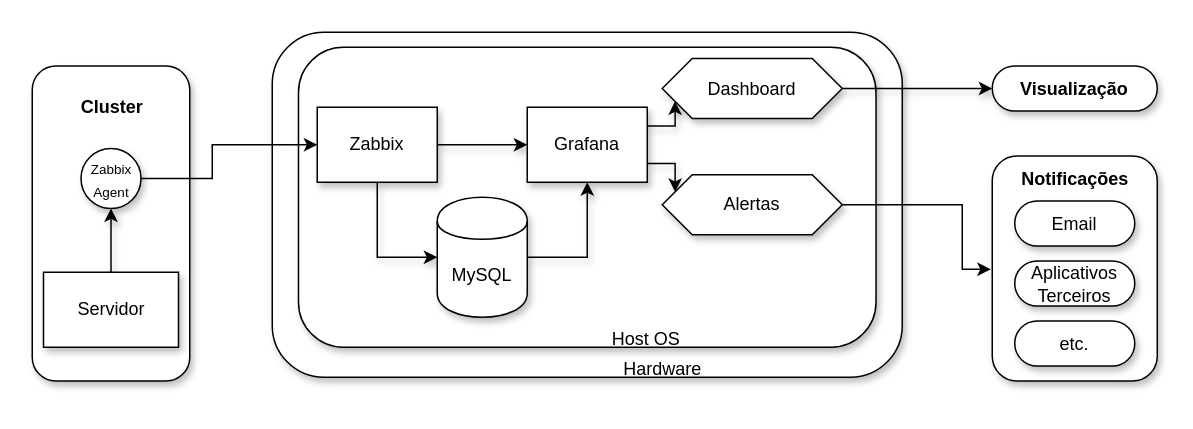
Before: texto/Diagrams/v0/v0_diagram_with_layers.drawio in vitorco7/saturmon, a draw.io diagram. Source tidied: cells renumbered, new cells numbered last; positions are measured from the earlier drawing's top-left corner, leaving out a move shared by most shapes. Both pictures are drawn from the tidied source at 150%, with x=0, y=0 at pixel (32, 32).
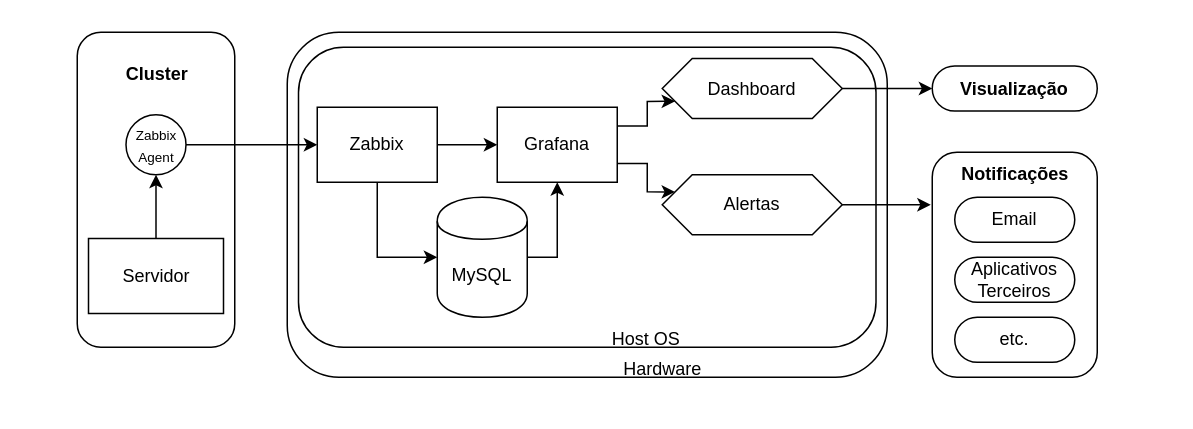
After the change.

What changed in the source:
```diff
@@
-    <mxCell id="2" style="rounded=1;whiteSpace=wrap;html=1;shadow=1;fixDash=0;backgroundOutline=0;movableLabel=0;fixedWidth=0;comic=0;" parent="1" vertex="1">
-      <mxGeometry x="160" width="420" height="230" as="geometry" />
+    <mxCell id="2" style="rounded=1;whiteSpace=wrap;html=1;shadow=0;fixDash=0;backgroundOutline=0;movableLabel=0;fixedWidth=0;comic=0;" parent="1" vertex="1">
+      <mxGeometry x="170" width="400" height="230" as="geometry" />
     </mxCell>
-    <mxCell id="3" style="rounded=1;whiteSpace=wrap;html=1;shadow=1;glass=0;perimeterSpacing=1;" parent="1" vertex="1">
+    <mxCell id="3" style="rounded=1;whiteSpace=wrap;html=1;shadow=0;glass=0;perimeterSpacing=1;" parent="1" vertex="1">
       <mxGeometry x="177.5" y="10" width="385" height="200" as="geometry" />
     </mxCell>
-    <mxCell id="4" style="edgeStyle=orthogonalEdgeStyle;rounded=0;jettySize=auto;html=1;exitX=0.5;exitY=1;exitDx=0;exitDy=0;entryX=0;entryY=0.5;entryDx=0;entryDy=0;shadow=1;" parent="1" edge="1" source="6" target="11">
+    <mxCell id="4" style="edgeStyle=orthogonalEdgeStyle;rounded=0;jettySize=auto;html=1;exitX=0.5;exitY=1;exitDx=0;exitDy=0;entryX=0;entryY=0.5;entryDx=0;entryDy=0;shadow=0;" parent="1" edge="1" source="6" target="11">
       <mxGeometry relative="1" as="geometry" />
     </mxCell>
-    <mxCell id="5" style="edgeStyle=orthogonalEdgeStyle;rounded=0;jettySize=auto;html=1;exitX=1;exitY=0.5;exitDx=0;exitDy=0;entryX=0;entryY=0.5;entryDx=0;entryDy=0;shadow=1;" parent="1" edge="1" source="6" target="9">
+    <mxCell id="5" style="edgeStyle=orthogonalEdgeStyle;rounded=0;jettySize=auto;html=1;exitX=1;exitY=0.5;exitDx=0;exitDy=0;entryX=0;entryY=0.5;entryDx=0;entryDy=0;shadow=0;" parent="1" edge="1" source="6" target="9">
       <mxGeometry relative="1" as="geometry" />
     </mxCell>
-    <mxCell id="6" value="&lt;div&gt;Zabbix&lt;/div&gt;" style="html=1;whiteSpace=wrap;shadow=1;" parent="1" vertex="1">
+    <mxCell id="6" value="&lt;div&gt;Zabbix&lt;/div&gt;" style="html=1;whiteSpace=wrap;shadow=0;" parent="1" vertex="1">
       <mxGeometry x="190" y="50" width="80" height="50" as="geometry" />
     </mxCell>
-    <mxCell id="7" style="edgeStyle=orthogonalEdgeStyle;rounded=0;jettySize=auto;html=1;exitX=1;exitY=0.25;exitDx=0;exitDy=0;entryX=0;entryY=0.75;entryDx=0;entryDy=0;shadow=1;" parent="1" edge="1" source="9" target="12">
+    <mxCell id="7" style="edgeStyle=orthogonalEdgeStyle;rounded=0;jettySize=auto;html=1;exitX=1;exitY=0.25;exitDx=0;exitDy=0;entryX=0;entryY=0.75;entryDx=0;entryDy=0;shadow=0;" parent="1" edge="1" source="9" target="12">
       <mxGeometry relative="1" as="geometry" />
     </mxCell>
-    <mxCell id="8" style="edgeStyle=orthogonalEdgeStyle;rounded=0;jettySize=auto;html=1;exitX=1;exitY=0.75;exitDx=0;exitDy=0;entryX=0;entryY=0.25;entryDx=0;entryDy=0;shadow=1;" parent="1" edge="1" source="9" target="14">
+    <mxCell id="8" style="edgeStyle=orthogonalEdgeStyle;rounded=0;jettySize=auto;html=1;exitX=1;exitY=0.75;exitDx=0;exitDy=0;entryX=0;entryY=0.25;entryDx=0;entryDy=0;shadow=0;" parent="1" edge="1" source="9" target="14">
       <mxGeometry relative="1" as="geometry" />
     </mxCell>
-    <mxCell id="9" value="&lt;div&gt;Grafana&lt;/div&gt;" style="html=1;whiteSpace=wrap;shadow=1;" parent="1" vertex="1">
-      <mxGeometry x="330" y="50" width="80" height="50" as="geometry" />
+    <mxCell id="9" value="&lt;div&gt;Grafana&lt;/div&gt;" style="html=1;whiteSpace=wrap;shadow=0;" parent="1" vertex="1">
+      <mxGeometry x="310" y="50" width="80" height="50" as="geometry" />
     </mxCell>
-    <mxCell id="10" style="edgeStyle=orthogonalEdgeStyle;rounded=0;jettySize=auto;html=1;exitX=1;exitY=0.5;exitDx=0;exitDy=0;entryX=0.5;entryY=1;entryDx=0;entryDy=0;shadow=1;" parent="1" edge="1" source="11" target="9">
+    <mxCell id="10" style="edgeStyle=orthogonalEdgeStyle;rounded=0;jettySize=auto;html=1;exitX=1;exitY=0.5;exitDx=0;exitDy=0;entryX=0.5;entryY=1;entryDx=0;entryDy=0;shadow=0;" parent="1" edge="1" source="11" target="9">
       <mxGeometry relative="1" as="geometry" />
     </mxCell>
-    <mxCell id="11" value="MySQL" style="shape=cylinder;whiteSpace=wrap;html=1;boundedLbl=1;backgroundOutline=1;shadow=1;" parent="1" vertex="1">
+    <mxCell id="11" value="MySQL" style="shape=cylinder;whiteSpace=wrap;html=1;boundedLbl=1;backgroundOutline=1;shadow=0;" parent="1" vertex="1">
       <mxGeometry x="270" y="110" width="60" height="80" as="geometry" />
     </mxCell>
-    <mxCell id="12" value="&lt;div&gt;Dashboard&lt;/div&gt;" style="shape=hexagon;perimeter=hexagonPerimeter2;whiteSpace=wrap;html=1;fixedSize=1;shadow=1;" parent="1" vertex="1">
+    <mxCell id="12" value="&lt;div&gt;Dashboard&lt;/div&gt;" style="shape=hexagon;perimeter=hexagonPerimeter2;whiteSpace=wrap;html=1;fixedSize=1;shadow=0;" parent="1" vertex="1">
       <mxGeometry x="420" y="17.5" width="120" height="40" as="geometry" />
     </mxCell>
-    <mxCell id="13" style="edgeStyle=orthogonalEdgeStyle;rounded=0;jettySize=auto;html=1;exitX=1;exitY=0.5;exitDx=0;exitDy=0;" parent="1" edge="1" source="14" target="25">
+    <mxCell id="13" style="edgeStyle=orthogonalEdgeStyle;rounded=0;jettySize=auto;html=1;exitX=1;exitY=0.5;exitDx=0;exitDy=0;shadow=0;" parent="1" edge="1" source="14" target="25">
       <mxGeometry relative="1" as="geometry">
         <Array as="points">
           <mxPoint x="620" y="115" />
           <mxPoint x="620" y="158" />
         </Array>
       </mxGeometry>
     </mxCell>
-    <mxCell id="14" value="&lt;div&gt;Alertas&lt;/div&gt;" style="shape=hexagon;perimeter=hexagonPerimeter2;whiteSpace=wrap;html=1;fixedSize=1;shadow=1;" parent="1" vertex="1">
+    <mxCell id="14" value="&lt;div&gt;Alertas&lt;/div&gt;" style="shape=hexagon;perimeter=hexagonPerimeter2;whiteSpace=wrap;html=1;fixedSize=1;shadow=0;" parent="1" vertex="1">
       <mxGeometry x="420" y="95" width="120" height="40" as="geometry" />
     </mxCell>
-    <mxCell id="15" value="&lt;div&gt;Hardware&lt;/div&gt;" style="text;html=1;align=center;verticalAlign=middle;strokeColor=none;fillColor=none;shadow=1;" parent="1" vertex="1">
+    <mxCell id="15" value="&lt;div&gt;Hardware&lt;/div&gt;" style="text;html=1;align=center;verticalAlign=middle;strokeColor=none;fillColor=none;shadow=0;" parent="1" vertex="1">
       <mxGeometry x="380" y="210" width="80" height="30" as="geometry" />
     </mxCell>
-    <mxCell id="16" value="Host OS" style="text;html=1;align=center;verticalAlign=middle;strokeColor=none;fillColor=none;shadow=1;" parent="1" vertex="1">
+    <mxCell id="16" value="Host OS" style="text;html=1;align=center;verticalAlign=middle;strokeColor=none;fillColor=none;shadow=0;" parent="1" vertex="1">
       <mxGeometry x="374" y="190" width="70" height="30" as="geometry" />
     </mxCell>
-    <mxCell id="17" value="&lt;div&gt;&lt;b&gt;Visualização&lt;/b&gt;&lt;/div&gt;" style="html=1;dashed=0;whiteSpace=wrap;shape=mxgraph.dfd.start;shadow=1;" parent="1" vertex="1">
-      <mxGeometry x="640" y="22.5" width="110" height="30" as="geometry" />
+    <mxCell id="17" value="&lt;div&gt;&lt;b&gt;Visualização&lt;/b&gt;&lt;/div&gt;" style="html=1;dashed=0;whiteSpace=wrap;shape=mxgraph.dfd.start;shadow=0;" parent="1" vertex="1">
+      <mxGeometry x="600" y="22.5" width="110" height="30" as="geometry" />
     </mxCell>
-    <mxCell id="18" style="edgeStyle=orthogonalEdgeStyle;rounded=0;jettySize=auto;html=1;exitX=1;exitY=0.5;exitDx=0;exitDy=0;entryX=0;entryY=0.5;entryDx=0;entryDy=0;entryPerimeter=0;shadow=1;" parent="1" edge="1" source="12" target="17">
+    <mxCell id="18" style="edgeStyle=orthogonalEdgeStyle;rounded=0;jettySize=auto;html=1;exitX=1;exitY=0.5;exitDx=0;exitDy=0;entryX=0;entryY=0.5;entryDx=0;entryDy=0;entryPerimeter=0;shadow=0;" parent="1" edge="1" source="12" target="17">
       <mxGeometry relative="1" as="geometry" />
     </mxCell>
-    <mxCell id="19" style="rounded=1;whiteSpace=wrap;html=1;shadow=1;glass=0;perimeterSpacing=1;" parent="1" vertex="1">
-      <mxGeometry y="22.5" width="105" height="210" as="geometry" />
+    <mxCell id="19" style="rounded=1;whiteSpace=wrap;html=1;shadow=0;glass=0;perimeterSpacing=1;" parent="1" vertex="1">
+      <mxGeometry x="30" width="105" height="210" as="geometry" />
     </mxCell>
-    <mxCell id="20" style="edgeStyle=orthogonalEdgeStyle;rounded=0;jettySize=auto;html=1;exitX=1;exitY=0.5;exitDx=0;exitDy=0;entryX=0;entryY=0.5;entryDx=0;entryDy=0;" parent="1" edge="1" source="21" target="6">
-      <mxGeometry relative="1" as="geometry">
-        <Array as="points">
-          <mxPoint x="120" y="98" />
-          <mxPoint x="120" y="75" />
-        </Array>
-      </mxGeometry>
+    <mxCell id="20" style="edgeStyle=orthogonalEdgeStyle;rounded=0;jettySize=auto;html=1;exitX=1;exitY=0.5;exitDx=0;exitDy=0;entryX=0;entryY=0.5;entryDx=0;entryDy=0;shadow=0;" parent="1" edge="1" source="21" target="6">
+      <mxGeometry relative="1" as="geometry" />
     </mxCell>
-    <mxCell id="21" value="&lt;div&gt;&lt;font style=&quot;font-size: 9px;&quot;&gt;Zabbix Agent&lt;/font&gt;&lt;/div&gt;" style="ellipse;whiteSpace=wrap;html=1;shadow=1;" parent="1" vertex="1">
-      <mxGeometry x="32.5" y="77.5" width="40" height="40" as="geometry" />
+    <mxCell id="21" value="&lt;div&gt;&lt;font style=&quot;font-size: 9px;&quot;&gt;Zabbix Agent&lt;/font&gt;&lt;/div&gt;" style="ellipse;whiteSpace=wrap;html=1;shadow=0;" parent="1" vertex="1">
+      <mxGeometry x="62.5" y="55" width="40" height="40" as="geometry" />
     </mxCell>
-    <mxCell id="22" style="edgeStyle=orthogonalEdgeStyle;rounded=0;jettySize=auto;html=1;shadow=1;" parent="1" edge="1" source="23" target="21">
+    <mxCell id="22" style="edgeStyle=orthogonalEdgeStyle;rounded=0;jettySize=auto;html=1;shadow=0;" parent="1" edge="1" source="23" target="21">
       <mxGeometry relative="1" as="geometry" />
     </mxCell>
-    <mxCell id="23" value="&lt;div&gt;Servidor&lt;/div&gt;" style="html=1;whiteSpace=wrap;shadow=1;" parent="1" vertex="1">
-      <mxGeometry x="7.5" y="160" width="90" height="50" as="geometry" />
+    <mxCell id="23" value="&lt;div&gt;Servidor&lt;/div&gt;" style="html=1;whiteSpace=wrap;shadow=0;" parent="1" vertex="1">
+      <mxGeometry x="37.5" y="137.5" width="90" height="50" as="geometry" />
     </mxCell>
-    <mxCell id="24" value="Cluster" style="text;html=1;align=center;verticalAlign=middle;strokeColor=none;fillColor=none;fontStyle=1;" parent="1" vertex="1">
-      <mxGeometry x="22.5" y="35" width="60" height="30" as="geometry" />
+    <mxCell id="24" value="Cluster" style="text;html=1;align=center;verticalAlign=middle;strokeColor=none;fillColor=none;fontStyle=1;shadow=0;" parent="1" vertex="1">
+      <mxGeometry x="52.5" y="12.5" width="60" height="30" as="geometry" />
     </mxCell>
-    <mxCell id="25" style="rounded=1;whiteSpace=wrap;html=1;shadow=1;glass=0;perimeterSpacing=1;" parent="1" vertex="1">
-      <mxGeometry x="640" y="82.5" width="110" height="150" as="geometry" />
+    <mxCell id="25" style="rounded=1;whiteSpace=wrap;html=1;shadow=0;glass=0;perimeterSpacing=1;" parent="1" vertex="1">
+      <mxGeometry x="600" y="80" width="110" height="150" as="geometry" />
     </mxCell>
-    <mxCell id="26" value="Email" style="html=1;dashed=0;whiteSpace=wrap;shape=mxgraph.dfd.start;shadow=1;" parent="1" vertex="1">
-      <mxGeometry x="655" y="112.5" width="80" height="30" as="geometry" />
+    <mxCell id="26" value="Email" style="html=1;dashed=0;whiteSpace=wrap;shape=mxgraph.dfd.start;shadow=0;" parent="1" vertex="1">
+      <mxGeometry x="615" y="110" width="80" height="30" as="geometry" />
     </mxCell>
-    <mxCell id="27" value="&lt;div&gt;Aplicativos Terceiros&lt;/div&gt;" style="html=1;dashed=0;whiteSpace=wrap;shape=mxgraph.dfd.start;shadow=1;" parent="1" vertex="1">
-      <mxGeometry x="655" y="152.5" width="80" height="30" as="geometry" />
+    <mxCell id="27" value="&lt;div&gt;Aplicativos Terceiros&lt;/div&gt;" style="html=1;dashed=0;whiteSpace=wrap;shape=mxgraph.dfd.start;shadow=0;" parent="1" vertex="1">
+      <mxGeometry x="615" y="150" width="80" height="30" as="geometry" />
     </mxCell>
-    <mxCell id="28" value="&lt;div&gt;etc.&lt;/div&gt;" style="html=1;dashed=0;whiteSpace=wrap;shape=mxgraph.dfd.start;shadow=1;" parent="1" vertex="1">
-      <mxGeometry x="655" y="192.5" width="80" height="30" as="geometry" />
+    <mxCell id="28" value="&lt;div&gt;etc.&lt;/div&gt;" style="html=1;dashed=0;whiteSpace=wrap;shape=mxgraph.dfd.start;shadow=0;" parent="1" vertex="1">
+      <mxGeometry x="615" y="190" width="80" height="30" as="geometry" />
     </mxCell>
-    <mxCell id="29" value="&lt;div&gt;&lt;b&gt;Notificações&lt;/b&gt;&lt;/div&gt;" style="text;html=1;align=center;verticalAlign=middle;strokeColor=none;fillColor=none;" parent="1" vertex="1">
-      <mxGeometry x="650" y="82.5" width="90" height="30" as="geometry" />
+    <mxCell id="29" value="&lt;div&gt;&lt;b&gt;Notificações&lt;/b&gt;&lt;/div&gt;" style="text;html=1;align=center;verticalAlign=middle;strokeColor=none;fillColor=none;shadow=0;" parent="1" vertex="1">
+      <mxGeometry x="610" y="80" width="90" height="30" as="geometry" />
     </mxCell>
```
